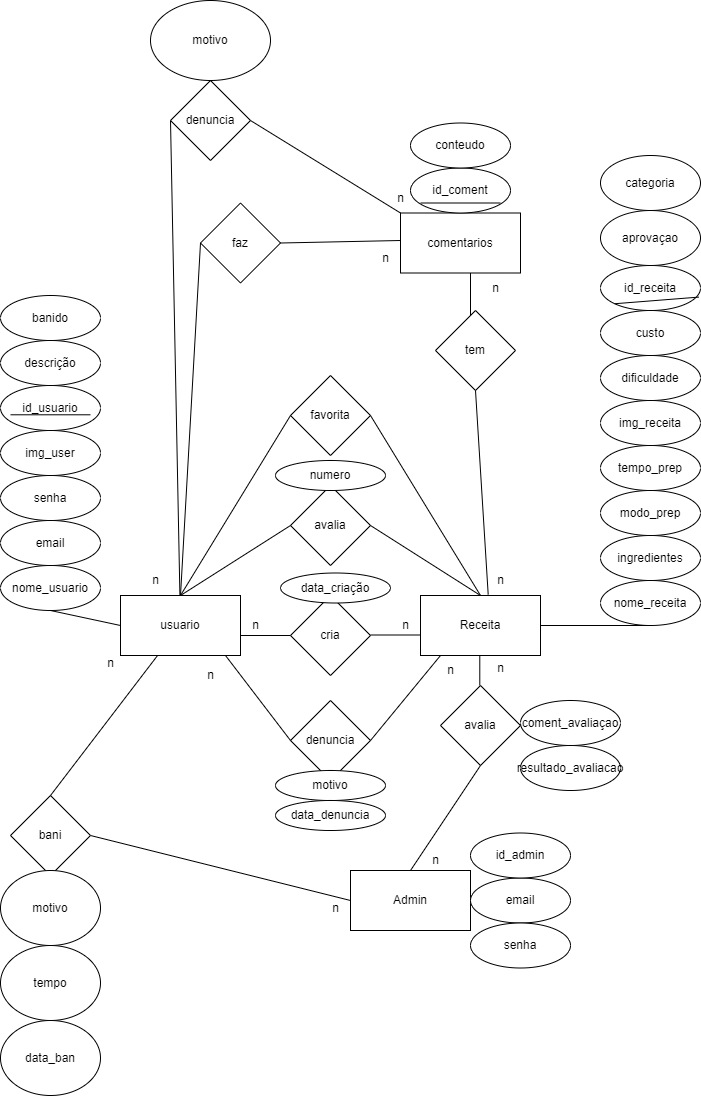
The draw.io diagram docs/MER/MerDiGarfo.drawio.png in GustavoLopes12/DiGarfo, before a commit. Source tidied: cells renumbered, new cells last; positions are measured from the earlier drawing's top-left corner, leaving out a move shared by most shapes.
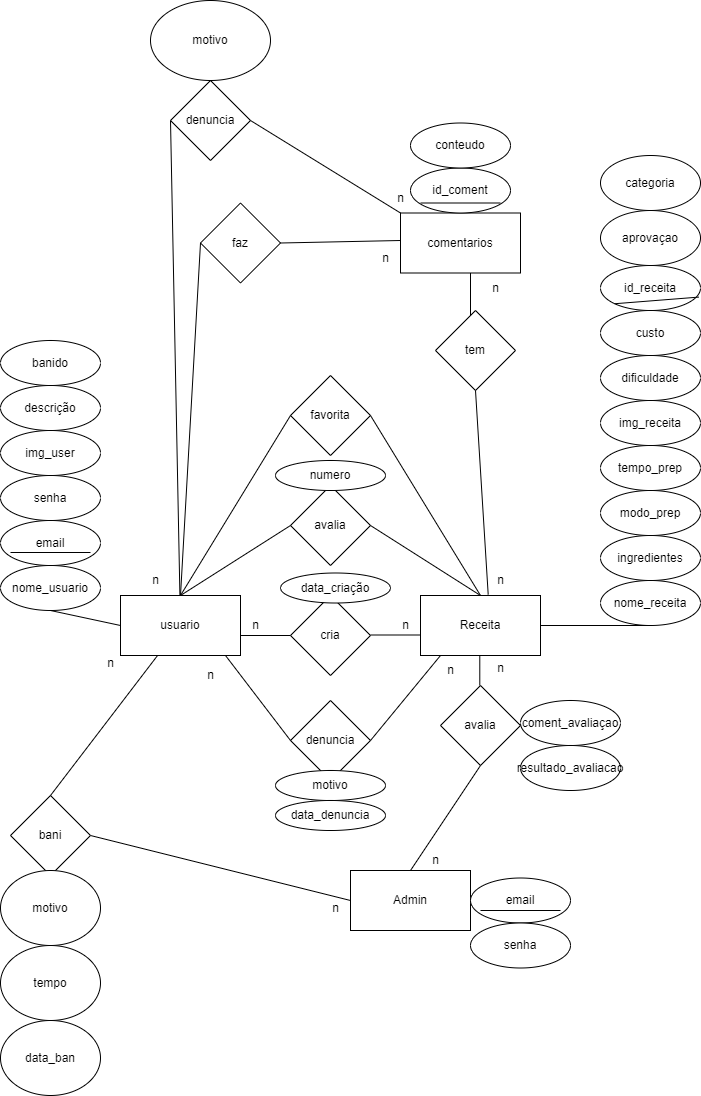
The same file after the commit.

Change to the diagram source:
```diff
@@ -132,9 +132,6 @@
     <mxCell id="39" value="id_receita" style="ellipse;whiteSpace=wrap;html=1;" parent="1" vertex="1">
       <mxGeometry x="600" y="265" width="100" height="45" as="geometry" />
     </mxCell>
-    <mxCell id="40" value="id_usuario" style="ellipse;whiteSpace=wrap;html=1;" parent="1" vertex="1">
-      <mxGeometry y="385" width="100" height="45" as="geometry" />
-    </mxCell>
     <mxCell id="41" value="coment_avaliaçao" style="ellipse;whiteSpace=wrap;html=1;" parent="1" vertex="1">
       <mxGeometry x="520" y="700" width="100" height="45" as="geometry" />
     </mxCell>
@@ -193,8 +190,8 @@
     </mxCell>
     <mxCell id="57" style="endArrow=none;html=1;rounded=0;" parent="1" edge="1">
       <mxGeometry relative="1" as="geometry">
-        <mxPoint x="10" y="414.3" as="sourcePoint" />
-        <mxPoint x="90" y="414.3" as="targetPoint" />
+        <mxPoint x="10" y="552" as="sourcePoint" />
+        <mxPoint x="90" y="552" as="targetPoint" />
       </mxGeometry>
     </mxCell>
     <mxCell id="58" value="conteudo" style="ellipse;whiteSpace=wrap;html=1;" parent="1" vertex="1">
@@ -204,7 +201,7 @@
       <mxGeometry x="275" y="460" width="110" height="30" as="geometry" />
     </mxCell>
     <mxCell id="60" value="descrição" style="ellipse;whiteSpace=wrap;html=1;" parent="1" vertex="1">
-      <mxGeometry y="340" width="100" height="45" as="geometry" />
+      <mxGeometry y="385" width="100" height="45" as="geometry" />
     </mxCell>
     <mxCell id="61" style="endArrow=none;html=1;rounded=0;entryX=0.984;entryY=0.702;entryDx=0;entryDy=0;exitX=0;exitY=1;exitDx=0;exitDy=0;entryPerimeter=0;" parent="1" edge="1" source="39" target="39">
       <mxGeometry relative="1" as="geometry" />
@@ -242,7 +239,7 @@
       <mxGeometry x="470" y="922.5" width="100" height="45" as="geometry" />
     </mxCell>
     <mxCell id="72" value="banido" style="ellipse;whiteSpace=wrap;html=1;" parent="1" vertex="1">
-      <mxGeometry y="295" width="100" height="45" as="geometry" />
+      <mxGeometry y="340" width="100" height="45" as="geometry" />
     </mxCell>
     <mxCell id="73" value="denuncia" style="rhombus;whiteSpace=wrap;html=1;" parent="1" vertex="1">
       <mxGeometry x="290" y="700" width="80" height="80" as="geometry" />
@@ -269,9 +266,6 @@
     <mxCell id="79" value="aprovaçao" style="ellipse;whiteSpace=wrap;html=1;" parent="1" vertex="1">
       <mxGeometry x="600" y="210" width="100" height="55" as="geometry" />
     </mxCell>
-    <mxCell id="80" value="id_admin" style="ellipse;whiteSpace=wrap;html=1;" parent="1" vertex="1">
-      <mxGeometry x="470" y="832.5" width="100" height="45" as="geometry" />
-    </mxCell>
     <mxCell id="81" value="data_denuncia" style="ellipse;whiteSpace=wrap;html=1;" parent="1" vertex="1">
       <mxGeometry x="275" y="800" width="110" height="30" as="geometry" />
     </mxCell>
@@ -281,5 +275,11 @@
     <mxCell id="83" value="categoria" style="ellipse;whiteSpace=wrap;html=1;" parent="1" vertex="1">
       <mxGeometry x="600" y="155" width="100" height="55" as="geometry" />
     </mxCell>
+    <mxCell id="84" style="endArrow=none;html=1;rounded=0;" parent="1" edge="1">
+      <mxGeometry relative="1" as="geometry">
+        <mxPoint x="480" y="910" as="sourcePoint" />
+        <mxPoint x="560" y="910" as="targetPoint" />
+      </mxGeometry>
+    </mxCell>
   </root>
 </mxGraphModel>
```
